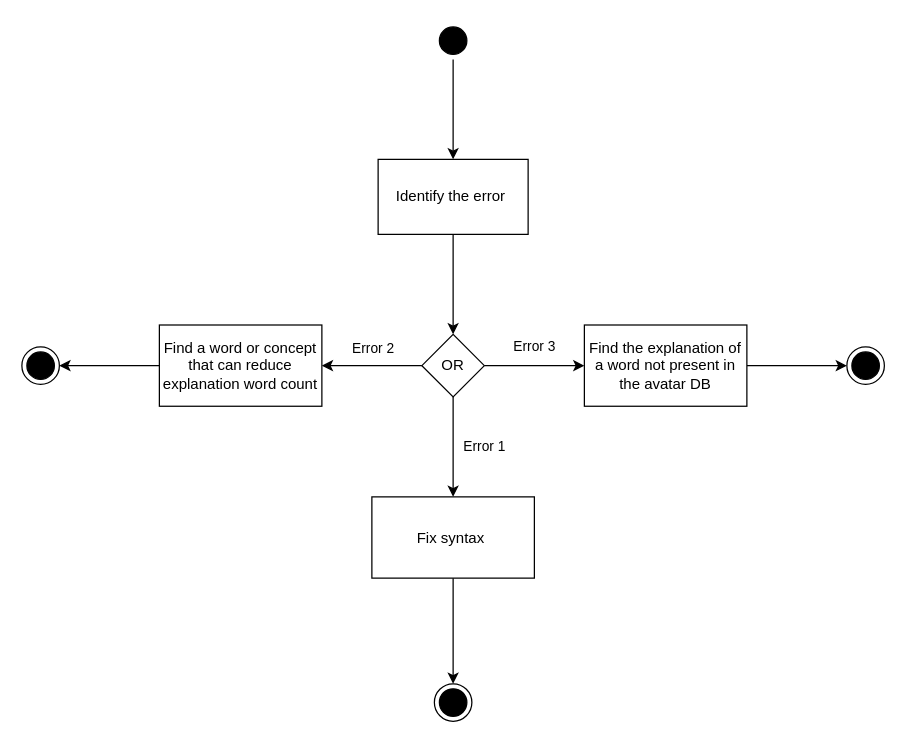
Above: diagrams/M4.drawio in whzd/thesis (draw.io), before the change. Source tidied: cells renumbered, new cells numbered last; positions are measured from the earlier drawing's top-left corner, leaving out a move shared by most shapes. Both pictures are drawn from the tidied source at 125%, with x=0, y=0 at pixel (21, 21).
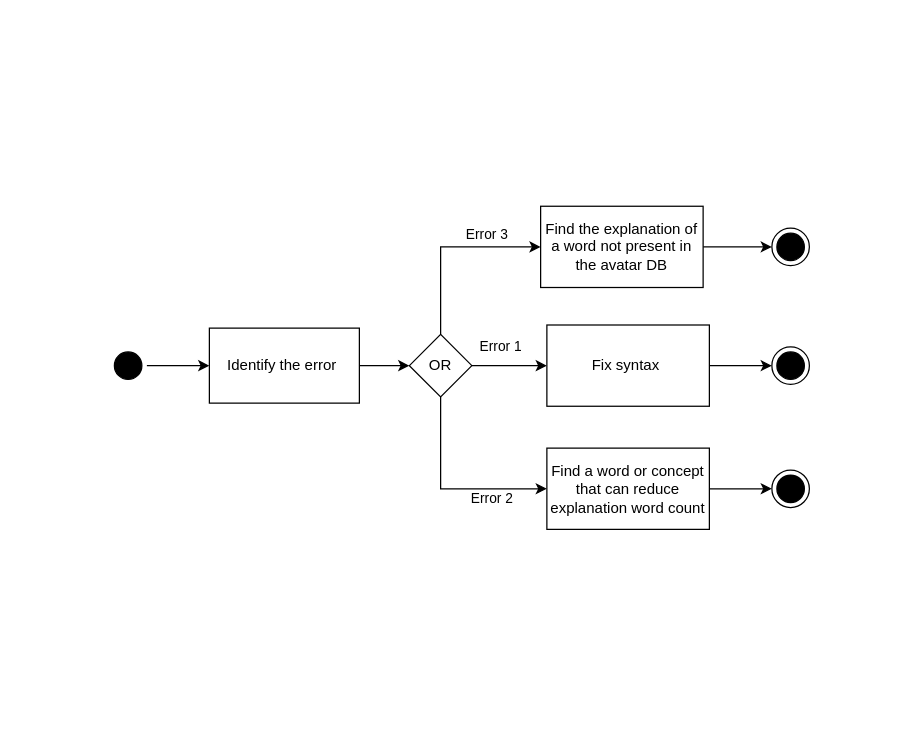
The same diagram, later.

Diff of the diagram source:
```diff
@@
-    <mxCell id="2" style="edgeStyle=orthogonalEdgeStyle;rounded=0;jettySize=auto;html=1;" parent="1" edge="1" source="3">
-      <mxGeometry relative="1" as="geometry">
-        <mxPoint x="345" y="110" as="targetPoint" />
-      </mxGeometry>
+    <mxCell id="2" style="edgeStyle=orthogonalEdgeStyle;rounded=0;jettySize=auto;html=1;entryX=0;entryY=0.5;entryDx=0;entryDy=0;" parent="1" edge="1" source="3" target="10">
+      <mxGeometry relative="1" as="geometry" />
     </mxCell>
     <mxCell id="3" style="ellipse;html=1;shape=startState;fillColor=#000000;strokeColor=#000000;" parent="1" vertex="1">
-      <mxGeometry x="330" width="30" height="30" as="geometry" />
+      <mxGeometry x="70" y="260" width="30" height="30" as="geometry" />
     </mxCell>
     <mxCell id="4" style="ellipse;html=1;shape=endState;fillColor=#000000;strokeColor=#000000;" parent="1" vertex="1">
-      <mxGeometry x="660" y="260" width="30" height="30" as="geometry" />
+      <mxGeometry x="600" y="165" width="30" height="30" as="geometry" />
     </mxCell>
     <mxCell id="5" value="Error 1" style="edgeStyle=orthogonalEdgeStyle;rounded=0;jettySize=auto;html=1;" parent="1" edge="1" source="8" target="16">
-      <mxGeometry y="25" relative="1" as="geometry" />
+      <mxGeometry x="-0.25" y="15" relative="1" as="geometry" />
     </mxCell>
     <mxCell id="6" value="Error 3" style="edgeStyle=orthogonalEdgeStyle;rounded=0;jettySize=auto;html=1;" parent="1" edge="1" source="8" target="12">
-      <mxGeometry y="15" relative="1" as="geometry" />
+      <mxGeometry x="0.43" y="10" relative="1" as="geometry">
+        <Array as="points">
+          <mxPoint x="335" y="180" />
+        </Array>
+      </mxGeometry>
     </mxCell>
-    <mxCell id="7" value="Error 2" style="edgeStyle=orthogonalEdgeStyle;rounded=0;jettySize=auto;html=1;" parent="1" edge="1" source="8">
-      <mxGeometry y="-15" relative="1" as="geometry">
-        <mxPoint x="240" y="275" as="targetPoint" />
+    <mxCell id="7" value="Error 2" style="edgeStyle=orthogonalEdgeStyle;rounded=0;jettySize=auto;html=1;entryX=0;entryY=0.5;entryDx=0;entryDy=0;" parent="1" edge="1" source="8" target="14">
+      <mxGeometry x="0.44" y="-6" relative="1" as="geometry">
+        <Array as="points">
+          <mxPoint x="335" y="374" />
+        </Array>
+        <mxPoint y="1" as="offset" />
       </mxGeometry>
     </mxCell>
     <mxCell id="8" value="OR" style="rhombus;whiteSpace=wrap;html=1;strokeColor=#000000;direction=south;" parent="1" vertex="1">
-      <mxGeometry x="320" y="250" width="50" height="50" as="geometry" />
+      <mxGeometry x="310" y="250" width="50" height="50" as="geometry" />
     </mxCell>
@@
     <mxCell id="10" value="Identify the error&amp;nbsp;" style="rounded=0;whiteSpace=wrap;html=1;strokeColor=#000000;" parent="1" vertex="1">
-      <mxGeometry x="285" y="110" width="120" height="60" as="geometry" />
+      <mxGeometry x="150" y="245" width="120" height="60" as="geometry" />
     </mxCell>
-    <mxCell id="11" style="edgeStyle=orthogonalEdgeStyle;rounded=0;jettySize=auto;html=1;" parent="1" edge="1" source="12">
-      <mxGeometry relative="1" as="geometry">
-        <mxPoint x="660" y="275" as="targetPoint" />
-      </mxGeometry>
+    <mxCell id="11" style="edgeStyle=orthogonalEdgeStyle;rounded=0;jettySize=auto;html=1;entryX=0;entryY=0.5;entryDx=0;entryDy=0;" parent="1" edge="1" source="12" target="4">
+      <mxGeometry relative="1" as="geometry" />
     </mxCell>
     <mxCell id="12" value="Find the explanation of a word not present in the avatar DB" style="rounded=0;whiteSpace=wrap;html=1;strokeColor=#000000;" parent="1" vertex="1">
-      <mxGeometry x="450" y="242.5" width="130" height="65" as="geometry" />
+      <mxGeometry x="415" y="147.5" width="130" height="65" as="geometry" />
     </mxCell>
@@
     <mxCell id="14" value="Find a word or concept that can reduce explanation word count" style="rounded=0;whiteSpace=wrap;html=1;strokeColor=#000000;" parent="1" vertex="1">
-      <mxGeometry x="110" y="242.5" width="130" height="65" as="geometry" />
+      <mxGeometry x="420" y="341" width="130" height="65" as="geometry" />
     </mxCell>
@@
     <mxCell id="16" value="Fix syntax&amp;nbsp;" style="rounded=0;whiteSpace=wrap;html=1;strokeColor=#000000;" parent="1" vertex="1">
-      <mxGeometry x="280" y="380" width="130" height="65" as="geometry" />
+      <mxGeometry x="420" y="242.5" width="130" height="65" as="geometry" />
     </mxCell>
     <mxCell id="17" style="ellipse;html=1;shape=endState;fillColor=#000000;strokeColor=#000000;" parent="1" vertex="1">
-      <mxGeometry x="330" y="529.5" width="30" height="30" as="geometry" />
+      <mxGeometry x="600" y="260" width="30" height="30" as="geometry" />
     </mxCell>
     <mxCell id="18" style="ellipse;html=1;shape=endState;fillColor=#000000;strokeColor=#000000;" parent="1" vertex="1">
-      <mxGeometry y="260" width="30" height="30" as="geometry" />
+      <mxGeometry x="600" y="358.5" width="30" height="30" as="geometry" />
     </mxCell>
```
